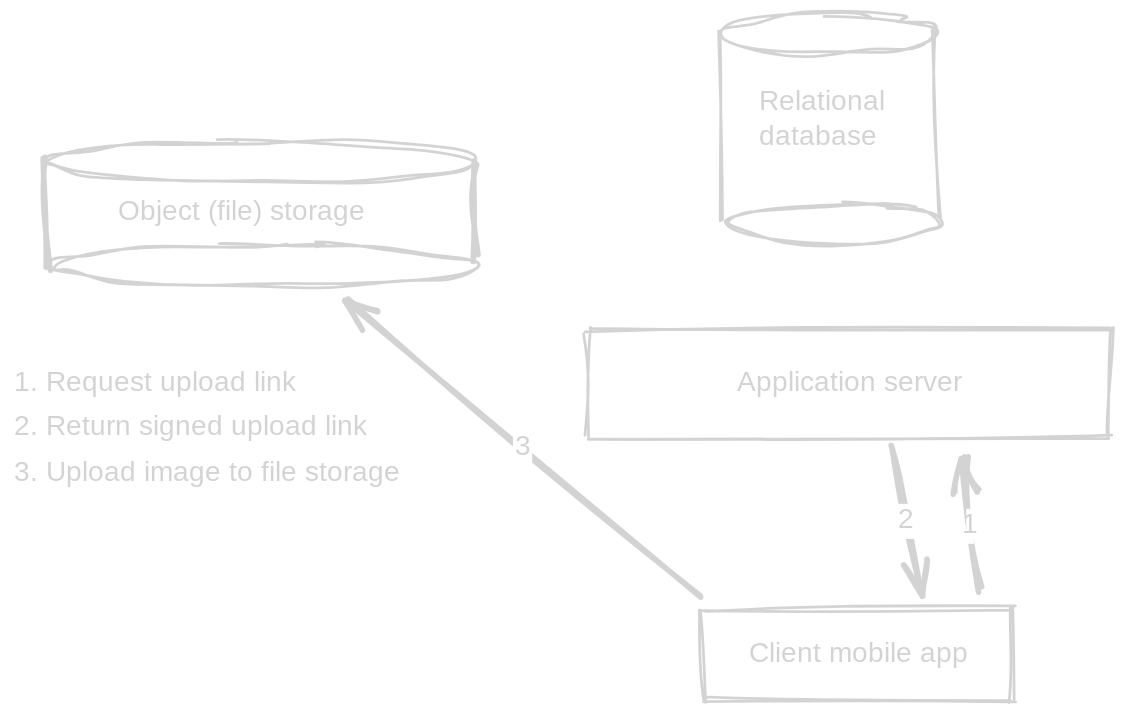
The Excalidraw diagram images/gym-app-upload-3-revised.svg in filipegeric/scaling-the-client, before a commit. Source tidied: one line per element, renumbered; positions are measured from the earlier drawing's top-left corner, leaving out a move shared by most shapes.
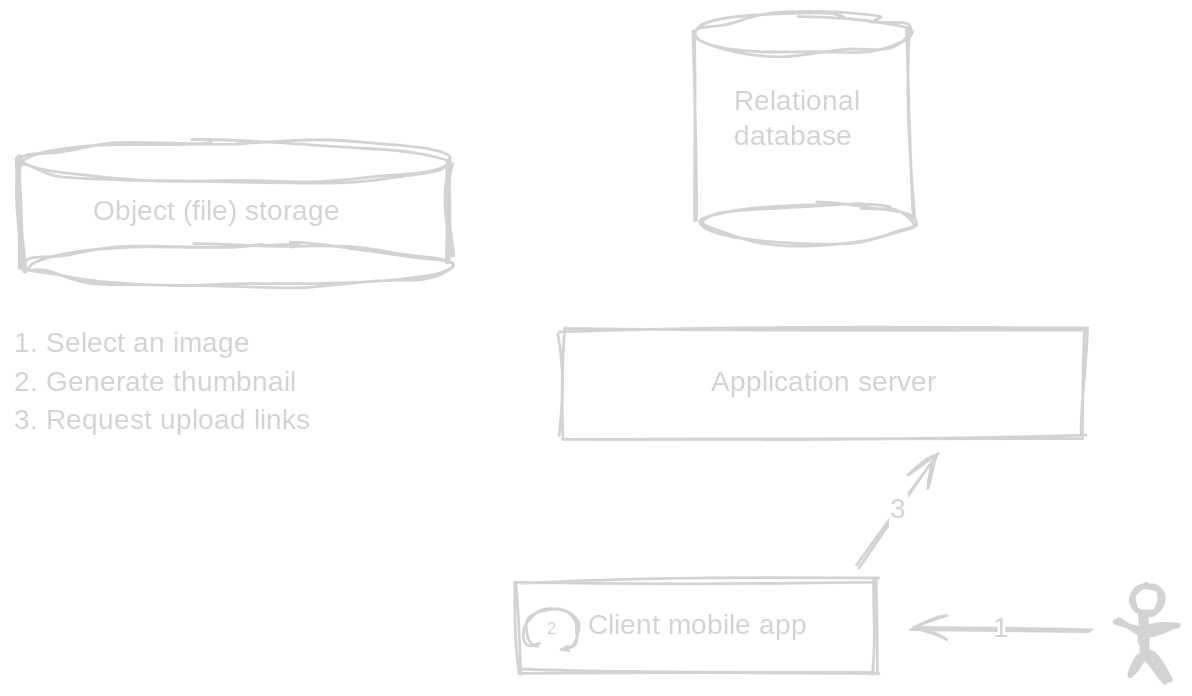
After the commit.

Change to the diagram source:
```diff
@@ -1,5 +1,5 @@
-{"id": 0, "type": "rectangle", "strokeColor": "#1e1e1e", "strokeWidth": 2, "roughness": 2, "x": 492, "y": 425, "width": 222, "height": 65}
+{"id": 0, "type": "rectangle", "strokeColor": "#1e1e1e", "strokeWidth": 2, "roughness": 2, "x": 378, "y": 405, "width": 256, "height": 65}
-{"id": 1, "type": "text", "text": "Client mobile app", "strokeColor": "#1e1e1e", "backgroundColor": "#ffffff", "fillStyle": "solid", "strokeWidth": 2, "roughness": 2, "fontSize": 20, "fontFamily": 1, "textAlign": "center", "verticalAlign": "middle", "inside": 0, "x": 522, "y": 445, "width": 162, "height": 25}
+{"id": 1, "type": "text", "text": "Client mobile app", "strokeColor": "#1e1e1e", "backgroundColor": "#ffffff", "fillStyle": "solid", "strokeWidth": 2, "roughness": 2, "fontSize": 20, "fontFamily": 1, "textAlign": "center", "verticalAlign": "middle", "inside": 0, "x": 426, "y": 425, "width": 162, "height": 25}
 {"id": 2, "type": "rectangle", "strokeColor": "#1e1e1e", "strokeWidth": 2, "roughness": 2, "x": 410, "y": 225, "width": 372, "height": 78}
 {"id": 3, "type": "text", "text": "Application server", "strokeColor": "#1e1e1e", "backgroundColor": "#ffffff", "fillStyle": "solid", "strokeWidth": 2, "roughness": 2, "fontSize": 20, "fontFamily": 1, "textAlign": "center", "verticalAlign": "middle", "inside": 2, "x": 510, "y": 251, "width": 172, "height": 25}
 {"id": 4, "type": "ellipse", "strokeColor": "#1e1e1e", "strokeWidth": 2, "roughness": 2, "x": 509, "y": 135, "width": 153, "height": 28}
@@ -12,12 +12,29 @@
 {"id": 11, "type": "text", "text": "Object (file) storage", "strokeColor": "#1e1e1e", "strokeWidth": 4, "roughness": 2, "fontSize": 20, "fontFamily": 1, "x": 75, "y": 129, "width": 205, "height": 25}
 {"id": 12, "type": "line", "strokeColor": "#1e1e1e", "strokeWidth": 4, "roughness": 2, "x": 22, "y": 103, "width": 2, "height": 77, "points": [[0, 0], [2, 77]]}
 {"id": 13, "type": "line", "strokeColor": "#1e1e1e", "strokeWidth": 4, "roughness": 2, "x": 327, "y": 105, "width": 3, "height": 69, "points": [[0, 0], [3, 69]]}
-{"id": 14, "type": "arrow", "strokeColor": "#1e1e1e", "strokeWidth": 4, "roughness": 2, "endArrowhead": "arrow", "from": 0, "to": 2, "x": 688, "y": 412, "width": 10, "height": 92, "points": [[0, 0], [-10, -92]]}
+{"id": 23, "type": "ellipse", "strokeColor": "#1e1e1e", "strokeWidth": 4, "roughness": 2, "round": true, "x": 818, "y": 408, "width": 20, "height": 20}
+{"id": 24, "type": "line", "strokeColor": "#1e1e1e", "strokeWidth": 4, "roughness": 2, "round": true, "x": 827, "y": 428, "width": 46, "height": 47, "points": [[0, 0], [1, 29], [-13, 45], [1, 30], [17, 47], [-1, 28], [-1, 12], [23, 7], [-1, 12], [-22, 6]]}
+{"id": 25, "type": "arrow", "strokeColor": "#1e1e1e", "strokeWidth": 2, "roughness": 1, "endArrowhead": "arrow", "round": true, "x": 787, "y": 441, "width": 127, "height": 2, "points": [[0, 0], [-127, -2]]}
-{"id": 15, "type": "text", "text": "1", "strokeColor": "#1e1e1e", "strokeWidth": 4, "roughness": 2, "fontSize": 20, "fontFamily": 1, "textAlign": "center", "verticalAlign": "middle", "inside": 14, "x": 680, "y": 353, "width": 5, "height": 25}
+{"id": 15, "type": "text", "text": "1", "strokeColor": "#1e1e1e", "strokeWidth": 2, "roughness": 1, "fontSize": 20, "fontFamily": 1, "textAlign": "center", "verticalAlign": "middle", "inside": 25, "x": 721, "y": 428, "width": 5, "height": 25}
-{"id": 16, "type": "text", "text": "1. Request upload link", "strokeColor": "#1e1e1e", "strokeWidth": 4, "roughness": 2, "fontSize": 20, "fontFamily": 1, "x": 0, "y": 251, "width": 212, "height": 25}
-{"id": 17, "type": "arrow", "strokeColor": "#1e1e1e", "strokeWidth": 4, "roughness": 2, "endArrowhead": "arrow", "from": 2, "to": 0, "x": 626, "y": 310, "width": 23, "height": 104, "points": [[0, 0], [23, 104]]}
+{"id": 26, "type": "arrow", "strokeColor": "#1e1e1e", "strokeWidth": 2, "roughness": 1, "endArrowhead": "arrow", "round": true, "x": 394, "y": 451, "width": 39, "height": 28, "points": [[0, 0], [-8, -1], [-11, -8], [-8, -18], [3, -26], [17, -25], [27, -17], [28, -8], [24, 0], [15, 2]]}
-{"id": 18, "type": "text", "text": "2", "strokeColor": "#1e1e1e", "strokeWidth": 4, "roughness": 2, "fontSize": 20, "fontFamily": 1, "textAlign": "center", "verticalAlign": "middle", "inside": 17, "x": 630, "y": 350, "width": 14, "height": 25}
+{"id": 18, "type": "text", "text": "2", "strokeColor": "#1e1e1e", "strokeWidth": 2, "roughness": 1, "fontSize": 12.3, "fontFamily": 1, "x": 399, "y": 432, "width": 9, "height": 15}
-{"id": 19, "type": "text", "text": "2. Return signed upload link", "strokeColor": "#1e1e1e", "strokeWidth": 4, "roughness": 2, "fontSize": 20, "fontFamily": 1, "x": 0, "y": 283, "width": 273, "height": 25}
-{"id": 20, "type": "arrow", "strokeColor": "#1e1e1e", "strokeWidth": 4, "roughness": 2, "endArrowhead": "arrow", "from": 0, "to": 9, "x": 490, "y": 417, "width": 254, "height": 214, "points": [[0, 0], [-254, -214]]}
+{"id": 27, "type": "text", "text": "1. Select an image", "strokeColor": "#1e1e1e", "strokeWidth": 2, "roughness": 1, "fontSize": 20, "fontFamily": 1, "x": 18, "y": 224, "width": 176, "height": 25}
+{"id": 28, "type": "text", "text": "2. Generate thumbnail", "strokeColor": "#1e1e1e", "strokeWidth": 2, "roughness": 1, "fontSize": 20, "fontFamily": 1, "x": 18, "y": 251, "width": 219, "height": 25}
+{"id": 29, "type": "arrow", "strokeColor": "#1e1e1e", "strokeWidth": 2, "roughness": 1, "endArrowhead": "arrow", "round": true, "from": 0, "to": 2, "x": 621, "y": 395, "width": 58, "height": 80, "points": [[0, 0], [58, -80]]}
-{"id": 21, "type": "text", "text": "3", "strokeColor": "#1e1e1e", "strokeWidth": 4, "roughness": 2, "fontSize": 20, "fontFamily": 1, "textAlign": "center", "verticalAlign": "middle", "inside": 20, "x": 356, "y": 297, "width": 14, "height": 25}
+{"id": 21, "type": "text", "text": "3", "strokeColor": "#1e1e1e", "strokeWidth": 2, "roughness": 1, "fontSize": 20, "fontFamily": 1, "textAlign": "center", "verticalAlign": "middle", "inside": 29, "x": 643, "y": 342, "width": 14, "height": 25}
-{"id": 22, "type": "text", "text": "3. Upload image to file storage", "strokeColor": "#1e1e1e", "strokeWidth": 4, "roughness": 2, "fontSize": 20, "fontFamily": 1, "x": 0, "y": 316, "width": 314, "height": 25}
+{"id": 30, "type": "arrow", "strokeColor": "#1e1e1e", "strokeWidth": 2, "roughness": 1, "opacity": 0, "endArrowhead": "arrow", "round": true, "from": 2, "to": 0, "x": 640, "y": 315, "width": 68, "height": 78, "points": [[0, 0], [-68, 78]]}
+{"id": 31, "type": "text", "text": "4", "strokeColor": "#1e1e1e", "strokeWidth": 2, "roughness": 1, "opacity": 0, "fontSize": 20, "fontFamily": 1, "textAlign": "center", "verticalAlign": "middle", "inside": 30, "x": 599, "y": 341, "width": 13, "height": 25}
+{"id": 32, "type": "arrow", "strokeColor": "#1e1e1e", "strokeWidth": 2, "roughness": 1, "opacity": 0, "endArrowhead": "arrow", "round": true, "from": 0, "to": 9, "x": 405, "y": 394, "width": 127, "height": 193, "points": [[0, 0], [-127, -193]]}
+{"id": 33, "type": "text", "text": "5", "strokeColor": "#1e1e1e", "strokeWidth": 2, "roughness": 1, "opacity": 0, "fontSize": 20, "fontFamily": 1, "textAlign": "center", "verticalAlign": "middle", "inside": 32, "x": 335, "y": 285, "width": 12, "height": 25}
+{"id": 34, "type": "arrow", "strokeColor": "#1e1e1e", "strokeWidth": 2, "roughness": 1, "opacity": 0, "endArrowhead": "arrow", "round": true, "from": 0, "to": 2, "x": 532, "y": 392, "width": 21, "height": 76, "points": [[0, 0], [21, -76]]}
+{"id": 35, "type": "text", "text": "6", "strokeColor": "#1e1e1e", "strokeWidth": 2, "roughness": 1, "opacity": 0, "fontSize": 16, "fontFamily": 1, "textAlign": "center", "verticalAlign": "middle", "inside": 34, "x": 538, "y": 344, "width": 10, "height": 20}
+{"id": 36, "type": "arrow", "strokeColor": "#1e1e1e", "strokeWidth": 2, "roughness": 1, "opacity": 0, "endArrowhead": "arrow", "round": true, "from": 2, "to": 4, "x": 520, "y": 213, "width": 73, "height": 39, "points": [[0, 0], [73, -39]]}
+{"id": 37, "type": "text", "text": "7", "strokeColor": "#1e1e1e", "strokeWidth": 2, "roughness": 1, "opacity": 0, "fontSize": 16, "fontFamily": 1, "textAlign": "center", "verticalAlign": "middle", "inside": 36, "x": 553, "y": 183, "width": 9, "height": 20}
+{"id": 38, "type": "arrow", "strokeColor": "#1e1e1e", "strokeWidth": 2, "roughness": 1, "opacity": 0, "endArrowhead": "arrow", "round": true, "from": 2, "to": 0, "x": 494, "y": 314, "width": 4, "height": 77, "points": [[0, 0], [4, 77]]}
+{"id": 39, "type": "text", "text": "8", "strokeColor": "#1e1e1e", "strokeWidth": 2, "roughness": 1, "opacity": 0, "fontSize": 16, "fontFamily": 1, "textAlign": "center", "verticalAlign": "middle", "inside": 38, "x": 490, "y": 342, "width": 12, "height": 20}
+{"id": 40, "type": "text", "text": "3. Request upload links", "strokeColor": "#1e1e1e", "strokeWidth": 2, "roughness": 1, "fontSize": 20, "fontFamily": 1, "x": 18, "y": 279, "width": 231, "height": 25}
+{"id": 41, "type": "text", "text": "4. Return upload links", "strokeColor": "#1e1e1e", "strokeWidth": 2, "roughness": 1, "opacity": 0, "fontSize": 20, "fontFamily": 1, "x": 18, "y": 306, "width": 215, "height": 25}
+{"id": 42, "type": "text", "text": "5. Upload image and thumbnail", "strokeColor": "#1e1e1e", "strokeWidth": 2, "roughness": 1, "opacity": 0, "fontSize": 20, "fontFamily": 1, "x": 18, "y": 330, "width": 296, "height": 25}
+{"id": 43, "type": "text", "text": "6. Send metadata", "strokeColor": "#1e1e1e", "strokeWidth": 2, "roughness": 1, "opacity": 0, "fontSize": 20, "fontFamily": 1, "x": 18, "y": 360, "width": 180, "height": 25}
+{"id": 44, "type": "text", "text": "7. Store metadata", "strokeColor": "#1e1e1e", "strokeWidth": 2, "roughness": 1, "opacity": 0, "fontSize": 20, "fontFamily": 1, "x": 18, "y": 388, "width": 188, "height": 25}
+{"id": 45, "type": "text", "text": "8. Return success response", "strokeColor": "#1e1e1e", "strokeWidth": 2, "roughness": 1, "opacity": 0, "fontSize": 20, "fontFamily": 1, "x": 18, "y": 416, "width": 273, "height": 25}
```
